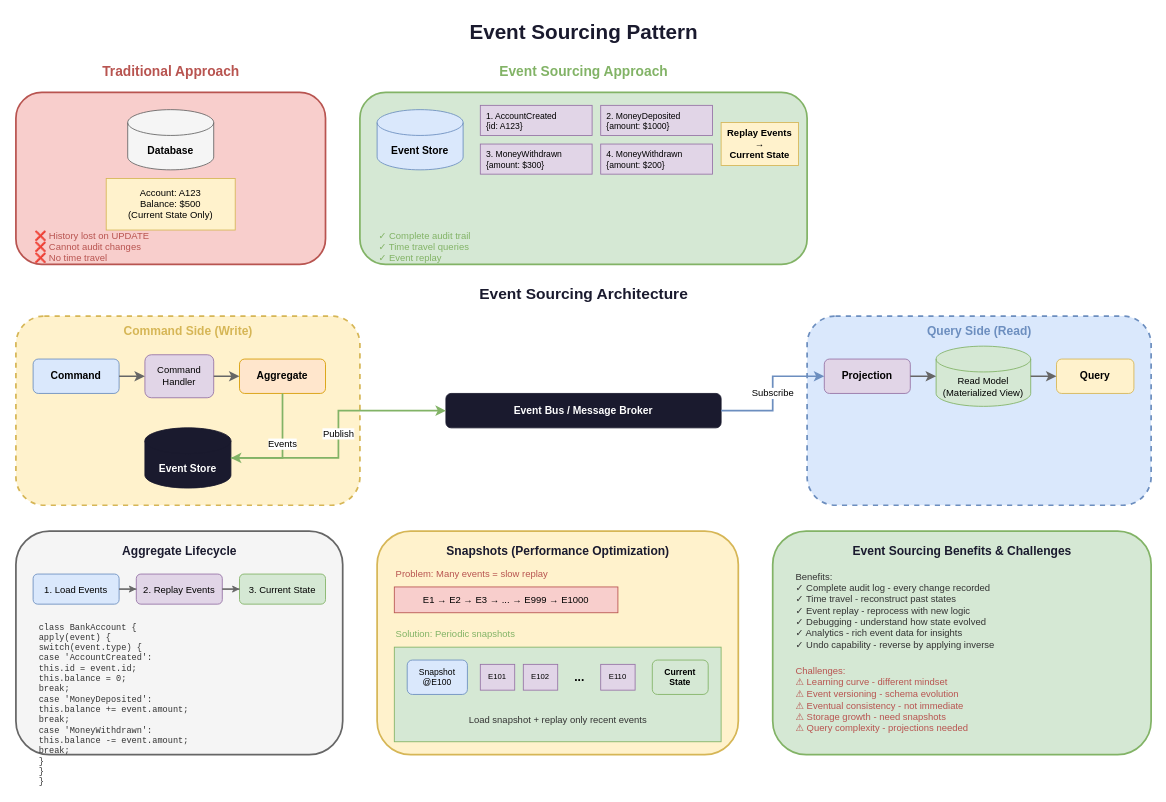
Before: lesson-02-event-driven-architecture/diagrams/3.1-event-sourcing.drawio in MrParkerZ7/document-lesson-software-architect-x-claude, a draw.io diagram. Source tidied: cells renumbered, new cells numbered last; positions are measured from the earlier drawing's top-left corner, leaving out a move shared by most shapes. Both pictures are drawn from the tidied source at 86%, with x=0, y=0 at pixel (15, 15).
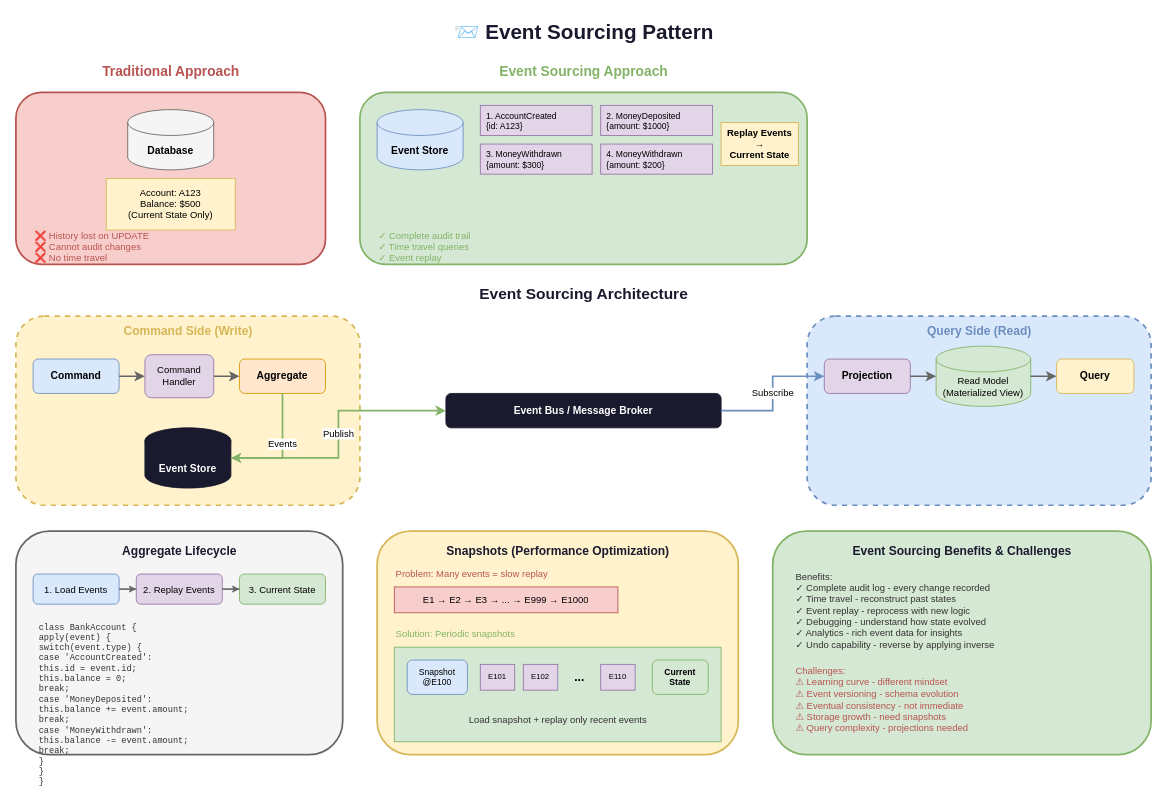
The same page after the edit.

Diff of the diagram source:
```diff
@@
-    <mxCell id="2" value="Event Sourcing Pattern" style="text;html=1;strokeColor=none;fillColor=none;align=center;verticalAlign=middle;fontSize=24;fontStyle=1;fontColor=#1a1a2e;" parent="1" vertex="1">
+    <mxCell id="2" value="📨 Event Sourcing Pattern" style="text;html=1;strokeColor=none;fillColor=none;align=center;verticalAlign=middle;fontSize=24;fontStyle=1;fontColor=#1a1a2e;" parent="1" vertex="1">
       <mxGeometry x="480" width="360" height="40" as="geometry" />
     </mxCell>
```
